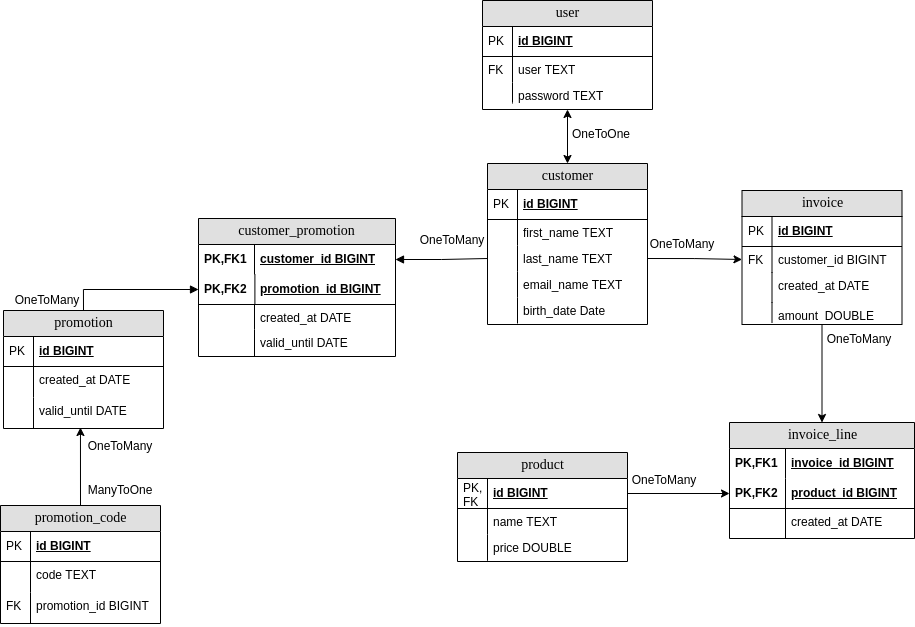
This is dbschema.png from AlbertoRuSanchez/spring-boot-jpa, a draw.io export, as it was before one commit. Source tidied: cells renumbered, new cells last; positions are measured from the earlier drawing's top-left corner, leaving out a move shared by most shapes.
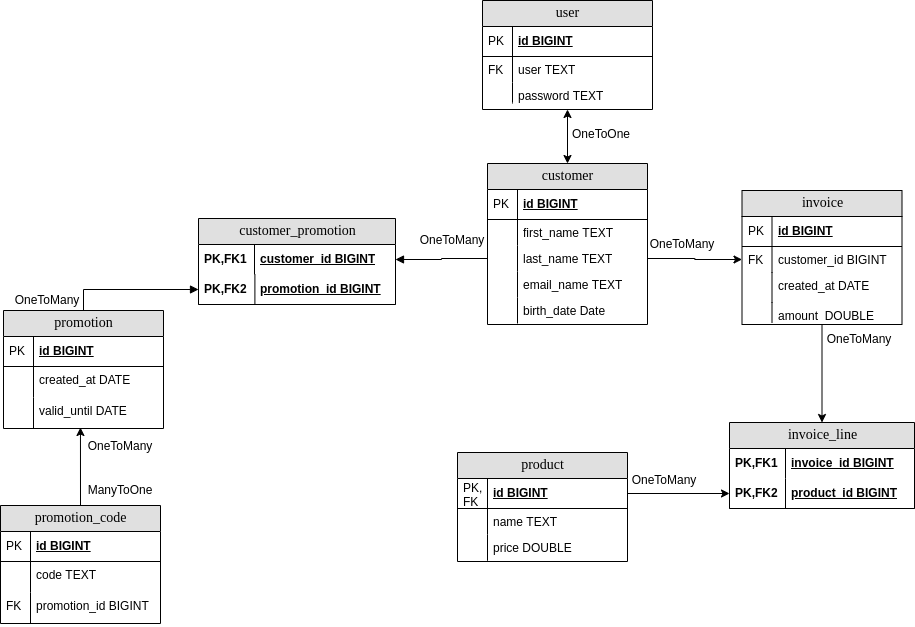
After the commit.

Commit message:
Just commenting some params

What changed in the source:
```diff
@@ -87,7 +87,7 @@
       <mxGeometry width="30" height="20" as="geometry" />
     </mxCell>
     <mxCell id="30" value="customer_promotion" style="swimlane;html=1;fontStyle=0;horizontal=1;startSize=26;fillColor=#e0e0e0;swimlaneFillColor=#ffffff;align=center;rounded=0;shadow=0;comic=0;labelBackgroundColor=none;strokeWidth=1;fontFamily=Verdana;fontSize=14;" parent="1" vertex="1">
-      <mxGeometry x="198" y="218" width="197" height="138" as="geometry" />
+      <mxGeometry x="198" y="218" width="197" height="86" as="geometry" />
     </mxCell>
     <mxCell id="31" value="customer_id BIGINT" style="shape=partialRectangle;top=0;left=0;right=0;bottom=0;html=1;align=left;verticalAlign=middle;fillColor=none;spacingLeft=60;spacingRight=4;whiteSpace=wrap;overflow=hidden;points=[[0,0.5],[1,0.5]];portConstraint=eastwest;fontStyle=5;" parent="30" vertex="1">
       <mxGeometry y="26" width="197" height="30" as="geometry" />
@@ -101,18 +101,6 @@
     <mxCell id="34" value="PK,FK2" style="shape=partialRectangle;fontStyle=1;top=0;left=0;bottom=0;html=1;fillColor=none;align=left;verticalAlign=middle;spacingLeft=4;spacingRight=4;whiteSpace=wrap;overflow=hidden;" parent="33" vertex="1">
       <mxGeometry width="56.4" height="30" as="geometry" />
     </mxCell>
-    <mxCell id="35" value="created_at DATE" style="shape=partialRectangle;top=0;left=0;right=0;bottom=0;html=1;align=left;verticalAlign=top;fillColor=none;spacingLeft=60;spacingRight=4;whiteSpace=wrap;overflow=hidden;" parent="30" vertex="1">
-      <mxGeometry y="86" width="197" height="25" as="geometry" />
-    </mxCell>
-    <mxCell id="36" style="shape=partialRectangle;top=0;left=0;bottom=0;html=1;fillColor=none;align=left;verticalAlign=top;spacingLeft=4;spacingRight=4;whiteSpace=wrap;overflow=hidden;" parent="35" vertex="1">
-      <mxGeometry width="56" height="25" as="geometry" />
-    </mxCell>
-    <mxCell id="37" value="valid_until DATE" style="shape=partialRectangle;top=0;left=0;right=0;bottom=0;html=1;align=left;verticalAlign=top;fillColor=none;spacingLeft=60;spacingRight=4;whiteSpace=wrap;overflow=hidden;" parent="30" vertex="1">
-      <mxGeometry y="111" width="197" height="27" as="geometry" />
-    </mxCell>
-    <mxCell id="38" style="shape=partialRectangle;top=0;left=0;bottom=0;html=1;fillColor=none;align=left;verticalAlign=top;spacingLeft=4;spacingRight=4;whiteSpace=wrap;overflow=hidden;" parent="37" vertex="1">
-      <mxGeometry width="56" height="27" as="geometry" />
-    </mxCell>
     <mxCell id="39" value="OneToOne" style="text;html=1;strokeColor=none;fillColor=none;align=center;verticalAlign=middle;whiteSpace=wrap;rounded=0;" parent="1" vertex="1">
       <mxGeometry x="571" y="119" width="60" height="30" as="geometry" />
     </mxCell>
@@ -159,7 +147,7 @@
       <mxGeometry x="17" y="285" width="60" height="30" as="geometry" />
     </mxCell>
     <mxCell id="54" value="invoice_line" style="swimlane;html=1;fontStyle=0;horizontal=1;startSize=26;fillColor=#e0e0e0;swimlaneFillColor=#ffffff;align=center;rounded=0;shadow=0;comic=0;labelBackgroundColor=none;strokeWidth=1;fontFamily=Verdana;fontSize=14;" parent="1" vertex="1">
-      <mxGeometry x="729" y="422" width="185" height="116" as="geometry" />
+      <mxGeometry x="729" y="422" width="185" height="86" as="geometry" />
     </mxCell>
     <mxCell id="55" value="invoice_id BIGINT" style="shape=partialRectangle;top=0;left=0;right=0;bottom=0;html=1;align=left;verticalAlign=middle;fillColor=none;spacingLeft=60;spacingRight=4;whiteSpace=wrap;overflow=hidden;fontStyle=5;strokeColor=default;" parent="54" vertex="1">
       <mxGeometry y="26" width="185" height="30" as="geometry" />
@@ -173,12 +161,6 @@
     <mxCell id="58" value="PK,FK2" style="shape=partialRectangle;fontStyle=1;top=0;left=0;bottom=0;html=1;fillColor=none;align=left;verticalAlign=middle;spacingLeft=4;spacingRight=4;whiteSpace=wrap;overflow=hidden;" parent="57" vertex="1">
       <mxGeometry width="56" height="30" as="geometry" />
     </mxCell>
-    <mxCell id="59" value="created_at DATE" style="shape=partialRectangle;top=0;left=0;right=0;bottom=0;html=1;align=left;verticalAlign=top;fillColor=none;spacingLeft=60;spacingRight=4;whiteSpace=wrap;overflow=hidden;" parent="54" vertex="1">
-      <mxGeometry y="86" width="185" height="30" as="geometry" />
-    </mxCell>
-    <mxCell id="60" style="shape=partialRectangle;top=0;left=0;bottom=0;html=1;fillColor=none;align=left;verticalAlign=top;spacingLeft=4;spacingRight=4;whiteSpace=wrap;overflow=hidden;" parent="59" vertex="1">
-      <mxGeometry width="56" height="30" as="geometry" />
-    </mxCell>
     <mxCell id="61" style="edgeStyle=orthogonalEdgeStyle;rounded=0;jettySize=auto;html=1;exitX=0.5;exitY=1;exitDx=0;exitDy=0;entryX=0.5;entryY=0;entryDx=0;entryDy=0;startArrow=classic;startFill=1;" parent="1" edge="1" source="62" target="2">
       <mxGeometry relative="1" as="geometry" />
     </mxCell>
```
